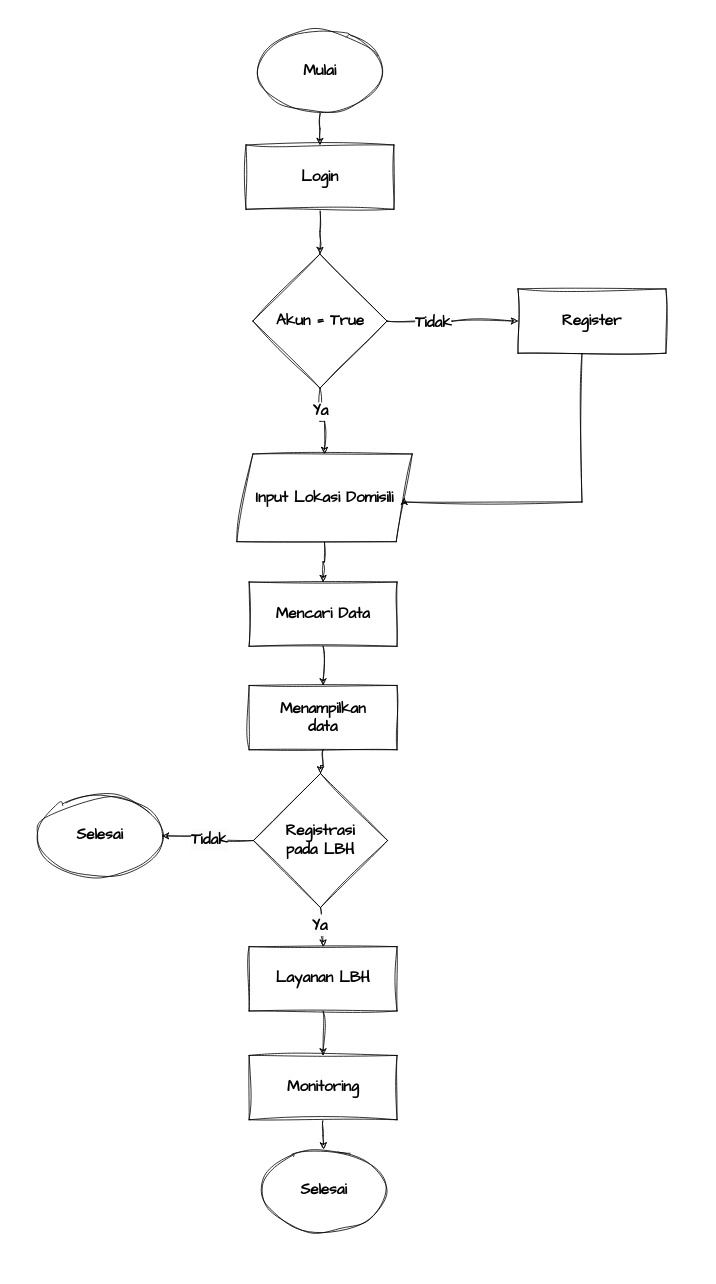
Before: page "Flowchart" (4 of 7) of Arsitektur-Model-PUI.drawio in naufalfirman23/FILE-DIAGRAM, a draw.io diagram. Source tidied: cells renumbered, new cells numbered last; positions are measured from the earlier drawing's top-left corner, leaving out a move shared by most shapes. Both pictures are drawn from the tidied source at 80%, with x=0, y=0 at pixel (38, 30).
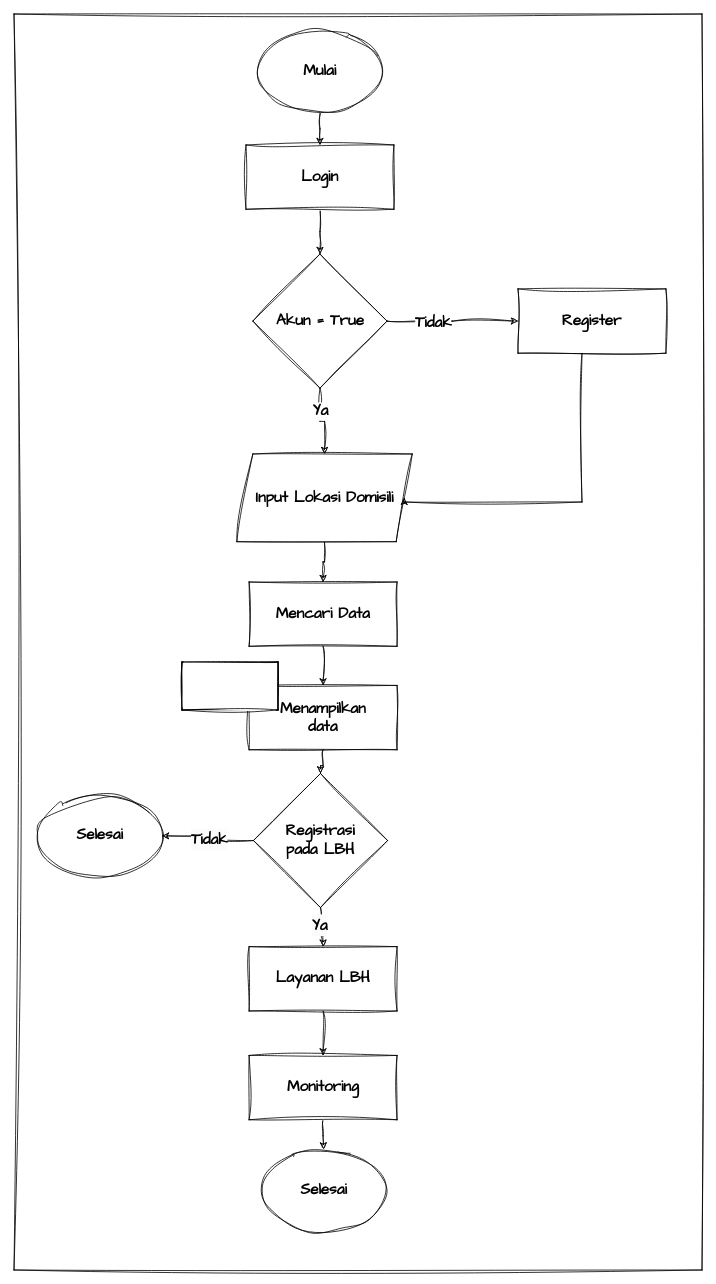
Above is the later version.

The edit, as a diff of the source:
```diff
@@
+    <mxCell id="30" style="rounded=0;whiteSpace=wrap;html=1;sketch=1;hachureGap=4;jiggle=2;curveFitting=1;fontFamily=Architects Daughter;" parent="1" vertex="1">
+      <mxGeometry x="-30" y="-20" width="860" height="1570" as="geometry" />
+    </mxCell>
@@
+    <mxCell id="31" style="rounded=0;whiteSpace=wrap;html=1;sketch=1;hachureGap=4;jiggle=2;curveFitting=1;fontFamily=Architects Daughter;" parent="1" vertex="1">
+      <mxGeometry x="180" y="790" width="120" height="60" as="geometry" />
+    </mxCell>
+    <mxCell id="32" style="rounded=0;whiteSpace=wrap;html=1;sketch=1;hachureGap=4;jiggle=2;curveFitting=1;fontFamily=Architects Daughter;" parent="1" vertex="1">
+      <mxGeometry x="180" y="790" width="120" height="60" as="geometry" />
+    </mxCell>
```
